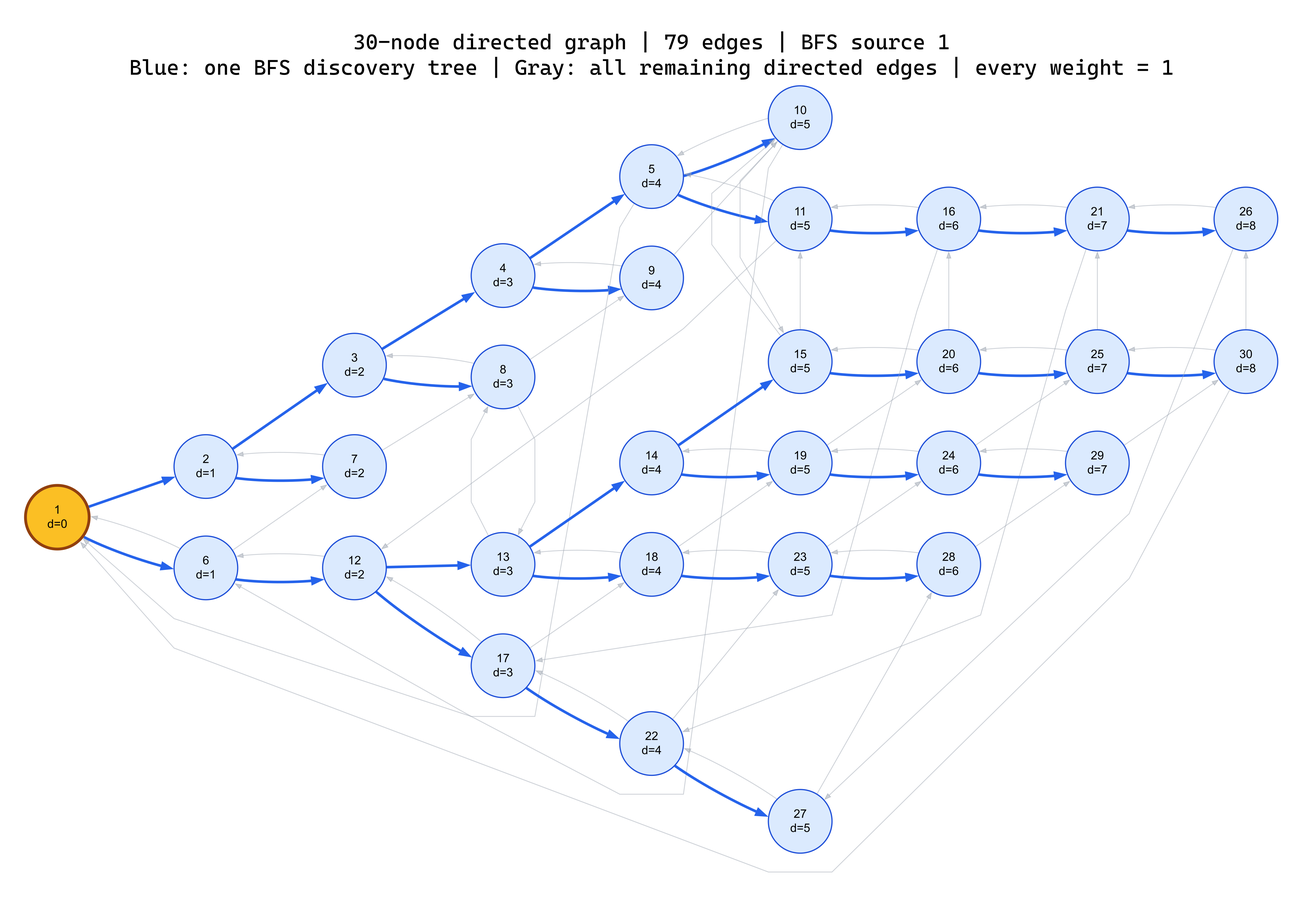
25mcmc34-kumarshivam/APACHE-GIRAPH-PROJECT- keeps this Graphviz diagram as diagrams/thirty-node-full-graph.png. Above is the earlier version. Its source is kept beside it as diagrams/thirty-node-full-graph.dot.
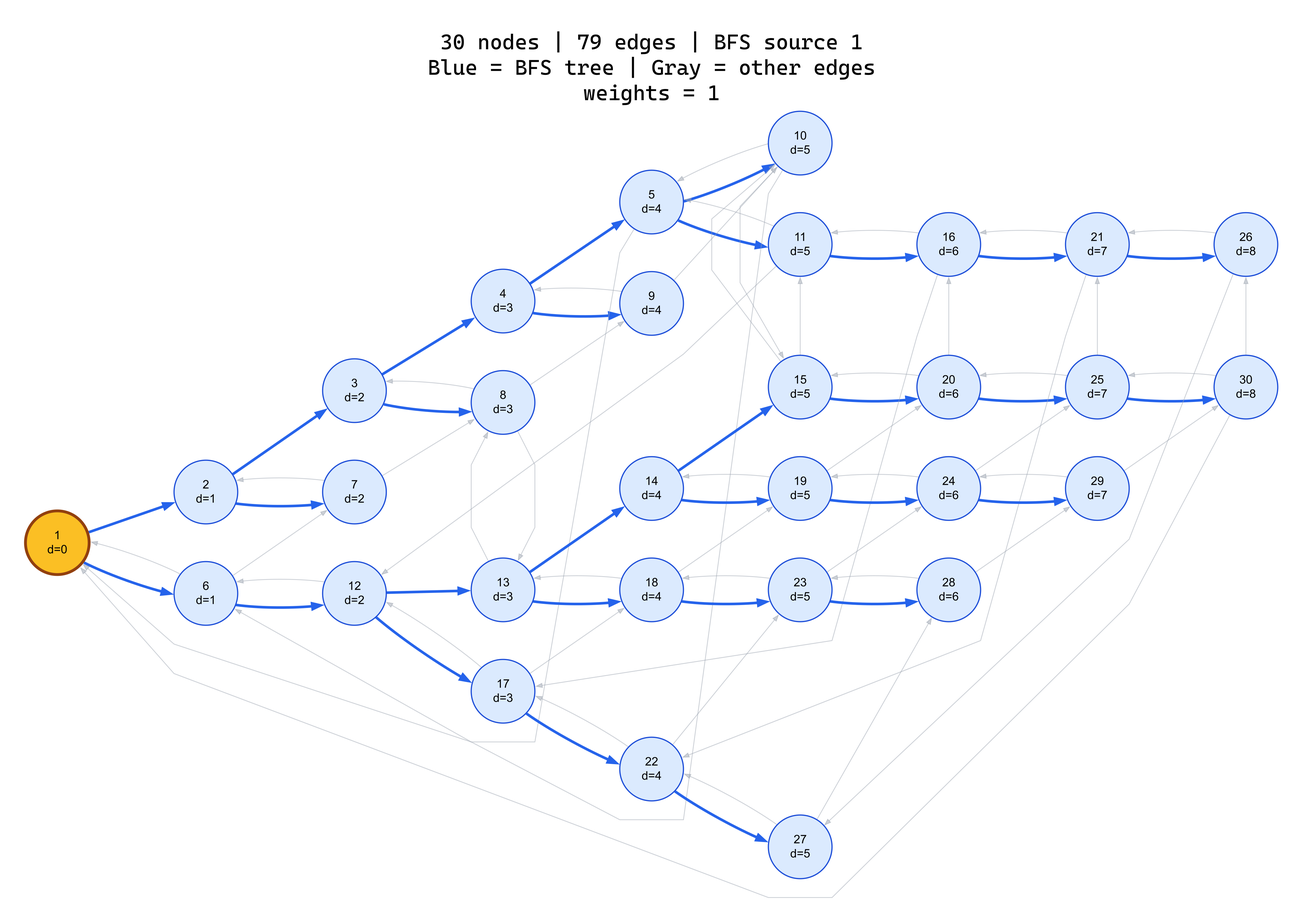
After the commit.

The edit, as a diff of the source:
```diff
@@ -10,7 +10,7 @@
     outputorder=edgesfirst,
     labelloc="t",
     fontsize=18,
-    label="30-node directed graph | 79 edges | BFS source 1\nBlue: one BFS discovery tree | Gray: all remaining directed edges | every weight = 1"
+    label="30 nodes | 79 edges | BFS source 1\nBlue = BFS tree | Gray = other edges\nweights = 1"
   ];
   node [shape=circle, style=filled, fillcolor="#dbeafe", color="#1d4ed8", fontname="Arial", fontsize=10, width=0.75, height=0.75, fixedsize=true];
   edge [color="#9ca3af", arrowsize=0.55, penwidth=0.8];
```
